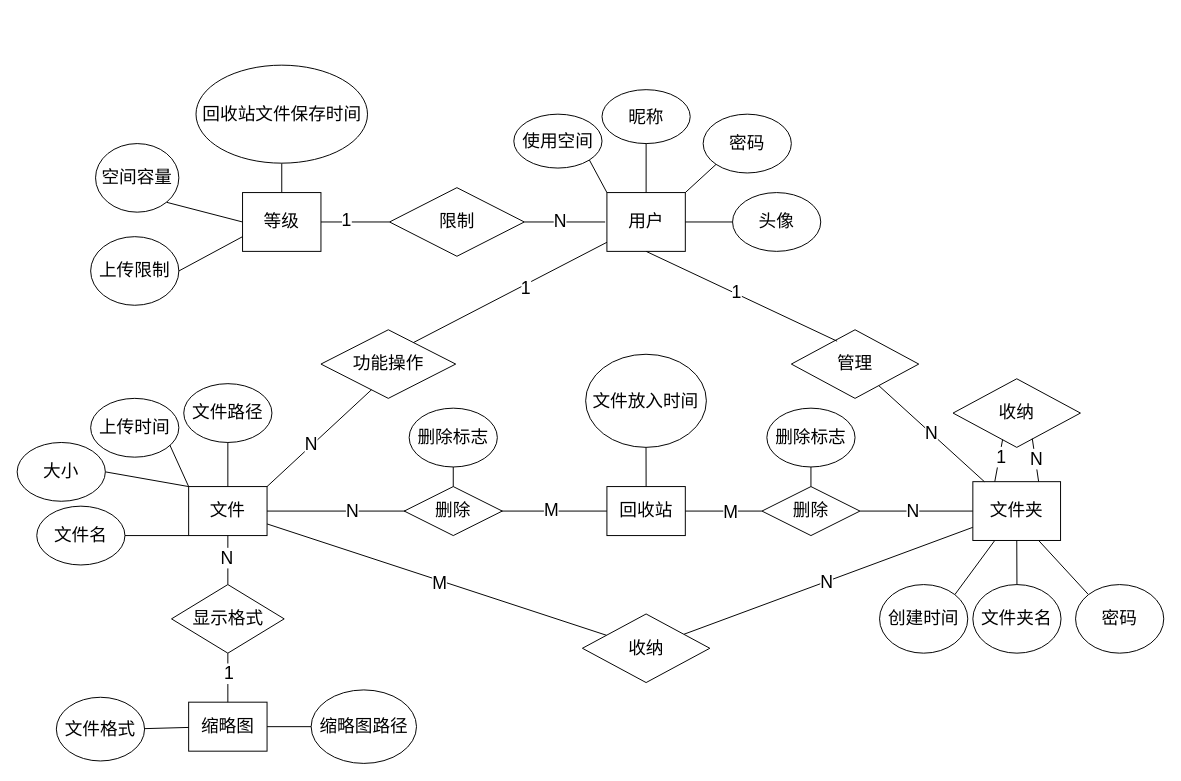
Apauto-to-all/SimpleNetdisk keeps this draw.io diagram as ER图/ER图.drawio. Above is the earlier version. Source tidied: cells renumbered, new cells numbered last; positions are measured from the earlier drawing's top-left corner, leaving out a move shared by most shapes. Both pictures are drawn from the tidied source at 98%, with x=0, y=0 at pixel (17, 65).
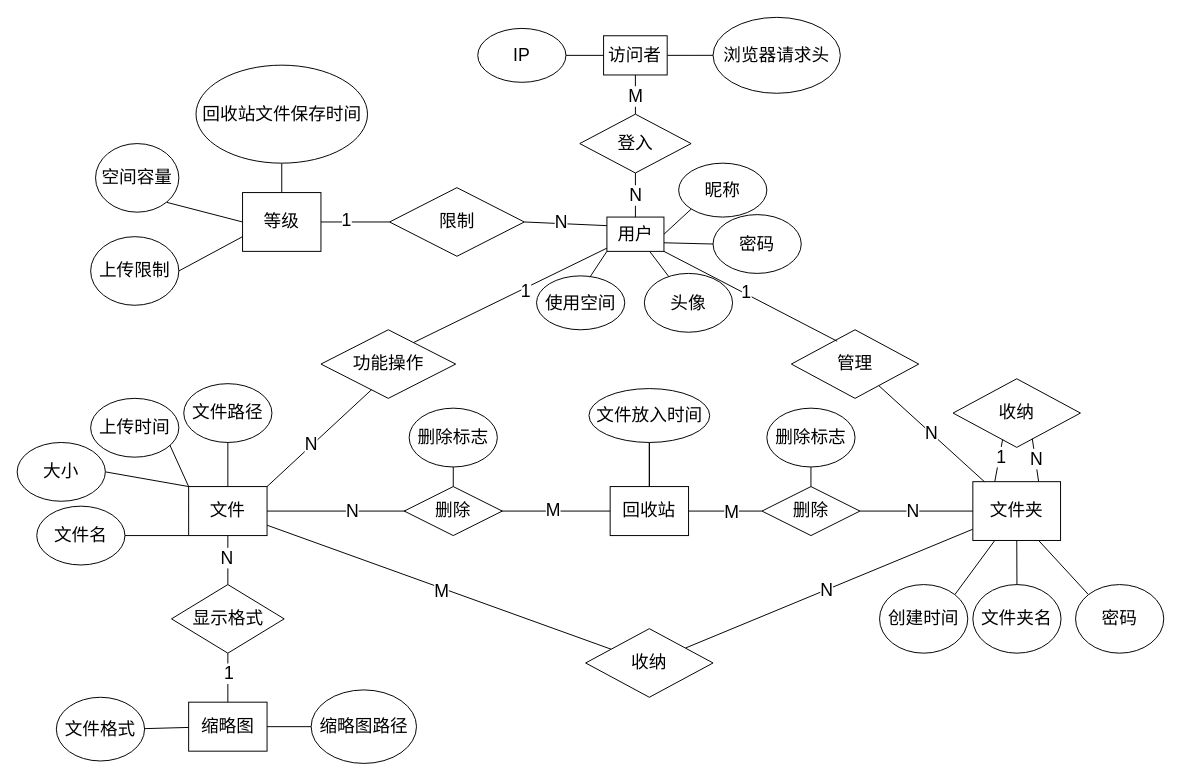
Above is the later version.

Unchanged cells that the change refers to:
```xml
<mxCell id="15" value="&lt;font style=&quot;font-size: 18px;&quot;&gt;管理&lt;/font&gt;" style="rhombus;whiteSpace=wrap;html=1;" parent="1" vertex="1">
  <mxGeometry x="790" y="270" width="130" height="70" as="geometry" />
</mxCell>
<mxCell id="53" value="&lt;font style=&quot;font-size: 18px;&quot;&gt;限制&lt;/font&gt;" style="rhombus;whiteSpace=wrap;html=1;" parent="1" vertex="1">
  <mxGeometry x="380" y="125" width="137.5" height="70" as="geometry" />
</mxCell>
```

Diff of the diagram source:
```diff
@@
-    <mxCell id="2" style="edgeStyle=none;rounded=0;jettySize=auto;html=1;exitX=0;exitY=0;exitDx=0;exitDy=0;entryX=1;entryY=1;entryDx=0;entryDy=0;strokeColor=default;align=center;verticalAlign=middle;fontFamily=Helvetica;fontSize=11;fontColor=default;labelBackgroundColor=default;endArrow=none;" parent="1" edge="1" source="3" target="72">
-      <mxGeometry relative="1" as="geometry" />
-    </mxCell>
+    <mxCell id="86" style="edgeStyle=none;rounded=0;jettySize=auto;html=1;exitX=0.75;exitY=1;exitDx=0;exitDy=0;strokeColor=default;align=center;verticalAlign=middle;fontFamily=Helvetica;fontSize=11;fontColor=default;labelBackgroundColor=default;endArrow=none;" parent="1" edge="1" source="3" target="33">
+      <mxGeometry relative="1" as="geometry" />
+    </mxCell>
     <mxCell id="3" value="&lt;font style=&quot;font-size: 18px;&quot;&gt;用户&lt;/font&gt;" style="rounded=0;whiteSpace=wrap;html=1;" parent="1" vertex="1">
-      <mxGeometry x="601.8" y="130" width="80" height="60" as="geometry" />
+      <mxGeometry x="601.8" y="155" width="58.2" height="35" as="geometry" />
     </mxCell>
@@
-    <mxCell id="16" style="endArrow=none;html=1;rounded=0;entryX=0.5;entryY=1;entryDx=0;entryDy=0;exitX=0.359;exitY=0.166;exitDx=0;exitDy=0;exitPerimeter=0;" parent="1" edge="1" source="15" target="3">
+    <mxCell id="16" style="endArrow=none;html=1;rounded=0;entryX=1;entryY=1;entryDx=0;entryDy=0;exitX=0.359;exitY=0.166;exitDx=0;exitDy=0;exitPerimeter=0;" parent="1" edge="1" source="15" target="3">
       <mxGeometry relative="1" as="geometry" />
     </mxCell>
@@
     <mxCell id="18" value="&lt;font style=&quot;font-size: 18px;&quot;&gt;收纳&lt;/font&gt;" style="rhombus;whiteSpace=wrap;html=1;rotation=0;" parent="1" vertex="1">
-      <mxGeometry x="576.8" y="560" width="130" height="70" as="geometry" />
+      <mxGeometry x="580.1" y="575" width="130" height="70" as="geometry" />
     </mxCell>
@@
+    <mxCell id="87" style="edgeStyle=none;rounded=0;jettySize=auto;html=1;strokeColor=default;align=center;verticalAlign=middle;fontFamily=Helvetica;fontSize=11;fontColor=default;labelBackgroundColor=default;endArrow=none;" parent="1" edge="1" source="24" target="80">
+      <mxGeometry relative="1" as="geometry" />
+    </mxCell>
     <mxCell id="24" value="&lt;span style=&quot;font-size: 18px;&quot;&gt;回收站&lt;/span&gt;" style="rounded=0;whiteSpace=wrap;html=1;" parent="1" vertex="1">
-      <mxGeometry x="601.8" y="430" width="80" height="50" as="geometry" />
+      <mxGeometry x="605.1" y="430" width="80" height="50" as="geometry" />
     </mxCell>
@@
-    <mxCell id="28" style="edgeStyle=none;rounded=0;jettySize=auto;html=1;exitX=0.5;exitY=1;exitDx=0;exitDy=0;strokeColor=default;align=center;verticalAlign=middle;fontFamily=Helvetica;fontSize=11;fontColor=default;labelBackgroundColor=default;endArrow=none;entryX=0.5;entryY=0;entryDx=0;entryDy=0;" parent="1" edge="1" source="29" target="3">
-      <mxGeometry relative="1" as="geometry" />
-    </mxCell>
     <mxCell id="29" value="&lt;font style=&quot;font-size: 18px;&quot;&gt;昵称&lt;/font&gt;" style="ellipse;whiteSpace=wrap;html=1;fontFamily=Helvetica;fontSize=11;fontColor=default;labelBackgroundColor=default;" parent="1" vertex="1">
-      <mxGeometry x="596.8" y="25" width="90" height="55" as="geometry" />
+      <mxGeometry x="675" y="100" width="90" height="55" as="geometry" />
     </mxCell>
-    <mxCell id="30" style="edgeStyle=none;rounded=0;jettySize=auto;html=1;exitX=0;exitY=1;exitDx=0;exitDy=0;entryX=1;entryY=0;entryDx=0;entryDy=0;strokeColor=default;align=center;verticalAlign=middle;fontFamily=Helvetica;fontSize=11;fontColor=default;labelBackgroundColor=default;endArrow=none;" parent="1" edge="1" source="31" target="3">
+    <mxCell id="30" style="edgeStyle=none;rounded=0;jettySize=auto;html=1;strokeColor=default;align=center;verticalAlign=middle;fontFamily=Helvetica;fontSize=11;fontColor=default;labelBackgroundColor=default;endArrow=none;entryX=1;entryY=0.75;entryDx=0;entryDy=0;exitX=0;exitY=0.5;exitDx=0;exitDy=0;" parent="1" edge="1" source="31" target="3">
       <mxGeometry relative="1" as="geometry" />
     </mxCell>
     <mxCell id="31" value="&lt;font style=&quot;font-size: 18px;&quot;&gt;密码&lt;/font&gt;" style="ellipse;whiteSpace=wrap;html=1;fontFamily=Helvetica;fontSize=11;fontColor=default;labelBackgroundColor=default;" parent="1" vertex="1">
-      <mxGeometry x="700" y="50" width="90" height="60" as="geometry" />
+      <mxGeometry x="710.1" y="152.5" width="90" height="60" as="geometry" />
     </mxCell>
-    <mxCell id="32" style="edgeStyle=none;rounded=0;jettySize=auto;html=1;entryX=1;entryY=0.5;entryDx=0;entryDy=0;strokeColor=default;align=center;verticalAlign=middle;fontFamily=Helvetica;fontSize=11;fontColor=default;labelBackgroundColor=default;endArrow=none;exitX=0;exitY=0.5;exitDx=0;exitDy=0;" parent="1" edge="1" source="33" target="3">
-      <mxGeometry relative="1" as="geometry" />
-    </mxCell>
     <mxCell id="33" value="&lt;span style=&quot;font-size: 18px;&quot;&gt;头像&lt;/span&gt;" style="ellipse;whiteSpace=wrap;html=1;fontFamily=Helvetica;fontSize=11;fontColor=default;labelBackgroundColor=default;" parent="1" vertex="1">
-      <mxGeometry x="730" y="130" width="90" height="60" as="geometry" />
+      <mxGeometry x="640" y="212.5" width="90" height="60" as="geometry" />
     </mxCell>
@@
-    <mxCell id="51" style="edgeStyle=none;rounded=0;jettySize=auto;html=1;exitX=1;exitY=0.5;exitDx=0;exitDy=0;strokeColor=default;align=center;verticalAlign=middle;fontFamily=Helvetica;fontSize=11;fontColor=default;labelBackgroundColor=default;endArrow=none;" parent="1" edge="1" source="53">
-      <mxGeometry relative="1" as="geometry">
-        <mxPoint x="600" y="160" as="targetPoint" />
-      </mxGeometry>
+    <mxCell id="51" style="edgeStyle=none;rounded=0;jettySize=auto;html=1;exitX=1;exitY=0.5;exitDx=0;exitDy=0;strokeColor=default;align=center;verticalAlign=middle;fontFamily=Helvetica;fontSize=11;fontColor=default;labelBackgroundColor=default;endArrow=none;entryX=0;entryY=0.25;entryDx=0;entryDy=0;" parent="1" edge="1" source="53" target="3">
+      <mxGeometry relative="1" as="geometry" />
     </mxCell>
@@
     <mxCell id="72" value="&lt;span style=&quot;font-size: 18px;&quot;&gt;使用空间&lt;/span&gt;" style="ellipse;whiteSpace=wrap;html=1;fontFamily=Helvetica;fontSize=11;fontColor=default;labelBackgroundColor=default;" parent="1" vertex="1">
-      <mxGeometry x="506.8" y="50" width="90" height="55" as="geometry" />
+      <mxGeometry x="530" y="215" width="90" height="55" as="geometry" />
     </mxCell>
@@
-    <mxCell id="79" style="edgeStyle=none;rounded=0;jettySize=auto;html=1;exitX=0.5;exitY=1;exitDx=0;exitDy=0;entryX=0.5;entryY=0;entryDx=0;entryDy=0;strokeColor=default;align=center;verticalAlign=middle;fontFamily=Helvetica;fontSize=11;fontColor=default;labelBackgroundColor=default;endArrow=none;" parent="1" edge="1" source="80" target="24">
+    <mxCell id="79" style="edgeStyle=none;rounded=0;jettySize=auto;html=1;exitX=0.5;exitY=1;exitDx=0;exitDy=0;strokeColor=default;align=center;verticalAlign=middle;fontFamily=Helvetica;fontSize=11;fontColor=default;labelBackgroundColor=default;endArrow=none;entryX=0.5;entryY=0;entryDx=0;entryDy=0;" parent="1" edge="1" source="80" target="24">
       <mxGeometry relative="1" as="geometry" />
     </mxCell>
     <mxCell id="80" value="&lt;font style=&quot;font-size: 18px;&quot;&gt;文件放入时间&lt;/font&gt;" style="ellipse;whiteSpace=wrap;html=1;fontFamily=Helvetica;fontSize=11;fontColor=default;labelBackgroundColor=default;" parent="1" vertex="1">
-      <mxGeometry x="580.1" y="295" width="123.2" height="95" as="geometry" />
+      <mxGeometry x="583.5" y="330" width="123.2" height="55" as="geometry" />
     </mxCell>
@@
+    <mxCell id="2" style="edgeStyle=none;rounded=0;jettySize=auto;html=1;exitX=0;exitY=1;exitDx=0;exitDy=0;entryX=0.604;entryY=0.026;entryDx=0;entryDy=0;entryPerimeter=0;strokeColor=default;align=center;verticalAlign=middle;fontFamily=Helvetica;fontSize=11;fontColor=default;labelBackgroundColor=default;endArrow=none;" parent="1" edge="1" source="3" target="72">
+      <mxGeometry relative="1" as="geometry" />
+    </mxCell>
+    <mxCell id="28" style="edgeStyle=none;rounded=0;jettySize=auto;html=1;exitX=0;exitY=1;exitDx=0;exitDy=0;entryX=1;entryY=0.5;entryDx=0;entryDy=0;strokeColor=default;align=center;verticalAlign=middle;fontFamily=Helvetica;fontSize=11;fontColor=default;labelBackgroundColor=default;endArrow=none;" parent="1" edge="1" source="29" target="3">
+      <mxGeometry relative="1" as="geometry" />
+    </mxCell>
+    <mxCell id="88" style="edgeStyle=none;rounded=0;jettySize=auto;html=1;entryX=0.5;entryY=0;entryDx=0;entryDy=0;strokeColor=default;align=center;verticalAlign=middle;fontFamily=Helvetica;fontSize=11;fontColor=default;labelBackgroundColor=default;endArrow=none;" parent="1" edge="1" source="91" target="94">
+      <mxGeometry relative="1" as="geometry" />
+    </mxCell>
+    <mxCell id="89" value="&lt;font style=&quot;font-size: 18px;&quot;&gt;M&lt;/font&gt;" style="edgeLabel;html=1;align=center;verticalAlign=middle;fontFamily=Helvetica;fontSize=11;fontColor=default;labelBackgroundColor=default;" parent="88" vertex="1">
+      <mxGeometry x="-0.27" y="-2" relative="1" as="geometry">
+        <mxPoint x="2" y="6" as="offset" />
+      </mxGeometry>
+    </mxCell>
+    <mxCell id="90" style="edgeStyle=none;rounded=0;jettySize=auto;html=1;exitX=1;exitY=0.5;exitDx=0;exitDy=0;entryX=0;entryY=0.5;entryDx=0;entryDy=0;strokeColor=default;align=center;verticalAlign=middle;fontFamily=Helvetica;fontSize=11;fontColor=default;labelBackgroundColor=default;endArrow=none;" parent="1" edge="1" source="91" target="95">
+      <mxGeometry relative="1" as="geometry" />
+    </mxCell>
+    <mxCell id="91" value="&lt;span style=&quot;font-size: 18px;&quot;&gt;访问者&lt;/span&gt;" style="rounded=0;whiteSpace=wrap;html=1;" parent="1" vertex="1">
+      <mxGeometry x="598.4" y="-30" width="64.9" height="40" as="geometry" />
+    </mxCell>
+    <mxCell id="92" style="edgeStyle=none;rounded=0;jettySize=auto;html=1;exitX=0.5;exitY=1;exitDx=0;exitDy=0;entryX=0.5;entryY=0;entryDx=0;entryDy=0;strokeColor=default;align=center;verticalAlign=middle;fontFamily=Helvetica;fontSize=11;fontColor=default;labelBackgroundColor=default;endArrow=none;" parent="1" edge="1" source="94" target="3">
+      <mxGeometry relative="1" as="geometry" />
+    </mxCell>
+    <mxCell id="93" value="&lt;font style=&quot;font-size: 18px;&quot;&gt;N&lt;/font&gt;" style="edgeLabel;html=1;align=center;verticalAlign=middle;fontFamily=Helvetica;fontSize=11;fontColor=default;labelBackgroundColor=default;" parent="92" vertex="1">
+      <mxGeometry x="-0.24" relative="1" as="geometry">
+        <mxPoint y="5" as="offset" />
+      </mxGeometry>
+    </mxCell>
+    <mxCell id="94" value="&lt;font style=&quot;font-size: 18px;&quot;&gt;登入&lt;/font&gt;" style="rhombus;whiteSpace=wrap;html=1;" parent="1" vertex="1">
+      <mxGeometry x="574.1" y="50" width="113.6" height="60" as="geometry" />
+    </mxCell>
+    <mxCell id="95" value="&lt;font style=&quot;font-size: 18px;&quot;&gt;浏览器请求头&lt;/font&gt;" style="ellipse;whiteSpace=wrap;html=1;fontFamily=Helvetica;fontSize=11;fontColor=default;labelBackgroundColor=default;" parent="1" vertex="1">
+      <mxGeometry x="710.1" y="-48.8" width="129.9" height="77.5" as="geometry" />
+    </mxCell>
+    <mxCell id="96" style="edgeStyle=none;rounded=0;jettySize=auto;html=1;exitX=1;exitY=0.5;exitDx=0;exitDy=0;entryX=0;entryY=0.5;entryDx=0;entryDy=0;strokeColor=default;align=center;verticalAlign=middle;fontFamily=Helvetica;fontSize=11;fontColor=default;labelBackgroundColor=default;endArrow=none;" parent="1" edge="1" source="97" target="91">
+      <mxGeometry relative="1" as="geometry" />
+    </mxCell>
+    <mxCell id="97" value="&lt;font style=&quot;font-size: 18px;&quot;&gt;IP&lt;/font&gt;" style="ellipse;whiteSpace=wrap;html=1;fontFamily=Helvetica;fontSize=11;fontColor=default;labelBackgroundColor=default;" parent="1" vertex="1">
+      <mxGeometry x="470" y="-37.5" width="90" height="55" as="geometry" />
+    </mxCell>
```
